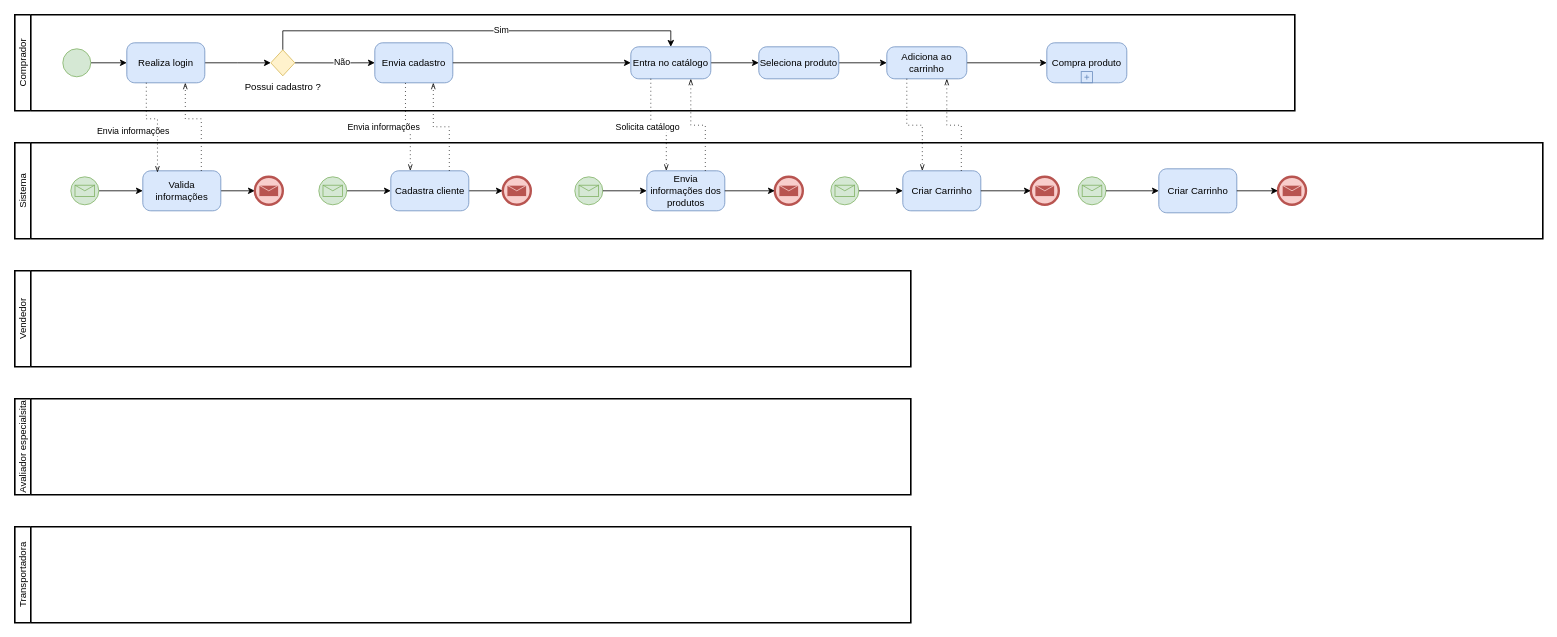
This is page "Modelo To Be" (2 of 2) of DPN/ModelagemProcessoNegocio.drawio from luca-moraes/projetoCorintoModelagem, a draw.io file, before an edit. Source tidied: cells renumbered, new cells numbered last; positions are measured from the earlier drawing's top-left corner, leaving out a move shared by most shapes. Both pictures are drawn from the tidied source at 80%, with x=0, y=0 at pixel (14, 14).
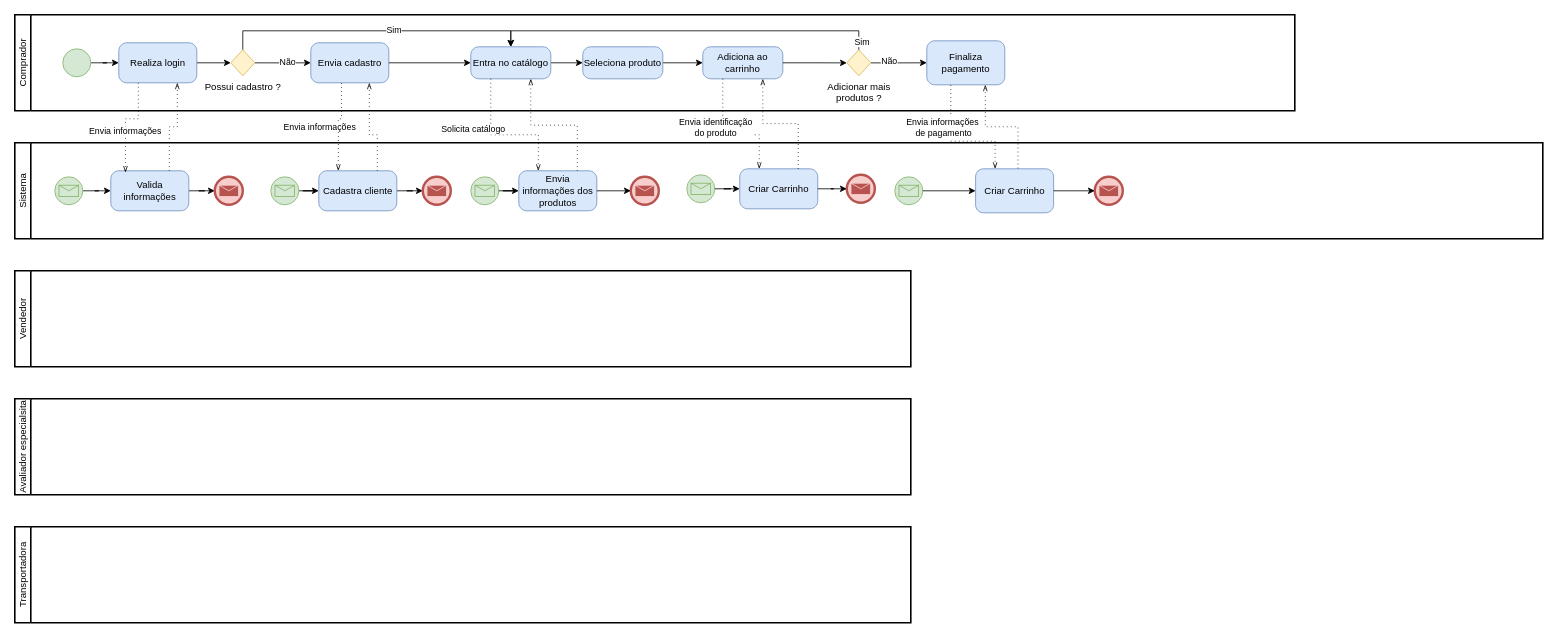
After the change.

Unchanged cells that the change refers to:
```xml
<mxCell id="2" value="Sistema" style="swimlane;html=1;startSize=20;fontStyle=0;horizontal=0;swimlaneLine=1;swimlaneFillColor=#ffffff;strokeWidth=2;whiteSpace=wrap;" parent="1" vertex="1">
  <mxGeometry y="160" width="1910" height="120" as="geometry" />
</mxCell>
<mxCell id="36" value="Comprador" style="swimlane;html=1;startSize=20;fontStyle=0;horizontal=0;swimlaneLine=1;swimlaneFillColor=#ffffff;strokeWidth=2;whiteSpace=wrap;" parent="1" vertex="1">
  <mxGeometry width="1600" height="120" as="geometry" />
</mxCell>
```

Change to the diagram source:
```diff
@@
     <mxCell id="4" style="points=[[0.145,0.145,0],[0.5,0,0],[0.855,0.145,0],[1,0.5,0],[0.855,0.855,0],[0.5,1,0],[0.145,0.855,0],[0,0.5,0]];shape=mxgraph.bpmn.event;html=1;verticalLabelPosition=bottom;labelBackgroundColor=#ffffff;verticalAlign=top;align=center;perimeter=ellipsePerimeter;outlineConnect=0;outline=standard;symbol=message;fillColor=#d5e8d4;strokeColor=#82b366;" parent="2" vertex="1">
-      <mxGeometry x="70" y="42.5" width="35" height="35" as="geometry" />
+      <mxGeometry x="50" y="42.5" width="35" height="35" as="geometry" />
     </mxCell>
@@
     <mxCell id="6" value="Valida informações" style="points=[[0.25,0,0],[0.5,0,0],[0.75,0,0],[1,0.25,0],[1,0.5,0],[1,0.75,0],[0.75,1,0],[0.5,1,0],[0.25,1,0],[0,0.75,0],[0,0.5,0],[0,0.25,0]];shape=mxgraph.bpmn.task;whiteSpace=wrap;rectStyle=rounded;size=10;html=1;taskMarker=abstract;fillColor=#dae8fc;strokeColor=#6c8ebf;" parent="2" vertex="1">
-      <mxGeometry x="160" y="35" width="97.5" height="50" as="geometry" />
+      <mxGeometry x="120" y="35" width="97.5" height="50" as="geometry" />
     </mxCell>
     <mxCell id="7" style="points=[[0.145,0.145,0],[0.5,0,0],[0.855,0.145,0],[1,0.5,0],[0.855,0.855,0],[0.5,1,0],[0.145,0.855,0],[0,0.5,0]];shape=mxgraph.bpmn.event;html=1;verticalLabelPosition=bottom;labelBackgroundColor=#ffffff;verticalAlign=top;align=center;perimeter=ellipsePerimeter;outlineConnect=0;outline=end;symbol=message;fillColor=#f8cecc;strokeColor=#b85450;" parent="2" vertex="1">
-      <mxGeometry x="300" y="42.5" width="35" height="35" as="geometry" />
+      <mxGeometry x="250" y="42.5" width="35" height="35" as="geometry" />
     </mxCell>
@@
     <mxCell id="9" style="points=[[0.145,0.145,0],[0.5,0,0],[0.855,0.145,0],[1,0.5,0],[0.855,0.855,0],[0.5,1,0],[0.145,0.855,0],[0,0.5,0]];shape=mxgraph.bpmn.event;html=1;verticalLabelPosition=bottom;labelBackgroundColor=#ffffff;verticalAlign=top;align=center;perimeter=ellipsePerimeter;outlineConnect=0;outline=standard;symbol=message;fillColor=#d5e8d4;strokeColor=#82b366;" parent="2" vertex="1">
-      <mxGeometry x="380" y="42.5" width="35" height="35" as="geometry" />
+      <mxGeometry x="320" y="42.5" width="35" height="35" as="geometry" />
     </mxCell>
@@
     <mxCell id="11" value="Cadastra cliente" style="points=[[0.25,0,0],[0.5,0,0],[0.75,0,0],[1,0.25,0],[1,0.5,0],[1,0.75,0],[0.75,1,0],[0.5,1,0],[0.25,1,0],[0,0.75,0],[0,0.5,0],[0,0.25,0]];shape=mxgraph.bpmn.task;whiteSpace=wrap;rectStyle=rounded;size=10;html=1;taskMarker=abstract;fillColor=#dae8fc;strokeColor=#6c8ebf;" parent="2" vertex="1">
-      <mxGeometry x="470" y="35" width="97.5" height="50" as="geometry" />
+      <mxGeometry x="380" y="35" width="97.5" height="50" as="geometry" />
     </mxCell>
     <mxCell id="12" style="points=[[0.145,0.145,0],[0.5,0,0],[0.855,0.145,0],[1,0.5,0],[0.855,0.855,0],[0.5,1,0],[0.145,0.855,0],[0,0.5,0]];shape=mxgraph.bpmn.event;html=1;verticalLabelPosition=bottom;labelBackgroundColor=#ffffff;verticalAlign=top;align=center;perimeter=ellipsePerimeter;outlineConnect=0;outline=end;symbol=message;fillColor=#f8cecc;strokeColor=#b85450;" parent="2" vertex="1">
-      <mxGeometry x="610" y="42.5" width="35" height="35" as="geometry" />
+      <mxGeometry x="510" y="42.5" width="35" height="35" as="geometry" />
     </mxCell>
     <mxCell id="13" style="points=[[0.145,0.145,0],[0.5,0,0],[0.855,0.145,0],[1,0.5,0],[0.855,0.855,0],[0.5,1,0],[0.145,0.855,0],[0,0.5,0]];shape=mxgraph.bpmn.event;html=1;verticalLabelPosition=bottom;labelBackgroundColor=#ffffff;verticalAlign=top;align=center;perimeter=ellipsePerimeter;outlineConnect=0;outline=standard;symbol=message;fillColor=#d5e8d4;strokeColor=#82b366;" parent="2" vertex="1">
-      <mxGeometry x="700" y="42.5" width="35" height="35" as="geometry" />
+      <mxGeometry x="570" y="42.5" width="35" height="35" as="geometry" />
     </mxCell>
     <mxCell id="14" value="Envia informações dos produtos" style="points=[[0.25,0,0],[0.5,0,0],[0.75,0,0],[1,0.25,0],[1,0.5,0],[1,0.75,0],[0.75,1,0],[0.5,1,0],[0.25,1,0],[0,0.75,0],[0,0.5,0],[0,0.25,0]];shape=mxgraph.bpmn.task;whiteSpace=wrap;rectStyle=rounded;size=10;html=1;taskMarker=abstract;fillColor=#dae8fc;strokeColor=#6c8ebf;" parent="2" vertex="1">
-      <mxGeometry x="790" y="35" width="97.5" height="50" as="geometry" />
+      <mxGeometry x="630" y="35" width="97.5" height="50" as="geometry" />
     </mxCell>
@@
     <mxCell id="16" style="points=[[0.145,0.145,0],[0.5,0,0],[0.855,0.145,0],[1,0.5,0],[0.855,0.855,0],[0.5,1,0],[0.145,0.855,0],[0,0.5,0]];shape=mxgraph.bpmn.event;html=1;verticalLabelPosition=bottom;labelBackgroundColor=#ffffff;verticalAlign=top;align=center;perimeter=ellipsePerimeter;outlineConnect=0;outline=end;symbol=message;fillColor=#f8cecc;strokeColor=#b85450;" parent="2" vertex="1">
-      <mxGeometry x="950" y="42.5" width="35" height="35" as="geometry" />
+      <mxGeometry x="770" y="42.5" width="35" height="35" as="geometry" />
     </mxCell>
@@
     <mxCell id="18" style="points=[[0.145,0.145,0],[0.5,0,0],[0.855,0.145,0],[1,0.5,0],[0.855,0.855,0],[0.5,1,0],[0.145,0.855,0],[0,0.5,0]];shape=mxgraph.bpmn.event;html=1;verticalLabelPosition=bottom;labelBackgroundColor=#ffffff;verticalAlign=top;align=center;perimeter=ellipsePerimeter;outlineConnect=0;outline=standard;symbol=message;fillColor=#d5e8d4;strokeColor=#82b366;" parent="2" vertex="1">
-      <mxGeometry x="1020" y="42.5" width="35" height="35" as="geometry" />
+      <mxGeometry x="840" y="40" width="35" height="35" as="geometry" />
     </mxCell>
     <mxCell id="19" value="Criar Carrinho" style="points=[[0.25,0,0],[0.5,0,0],[0.75,0,0],[1,0.25,0],[1,0.5,0],[1,0.75,0],[0.75,1,0],[0.5,1,0],[0.25,1,0],[0,0.75,0],[0,0.5,0],[0,0.25,0]];shape=mxgraph.bpmn.task;whiteSpace=wrap;rectStyle=rounded;size=10;html=1;taskMarker=abstract;fillColor=#dae8fc;strokeColor=#6c8ebf;" parent="2" vertex="1">
-      <mxGeometry x="1110" y="35" width="97.5" height="50" as="geometry" />
+      <mxGeometry x="906.2" y="32.5" width="97.5" height="50" as="geometry" />
     </mxCell>
@@
     <mxCell id="21" style="points=[[0.145,0.145,0],[0.5,0,0],[0.855,0.145,0],[1,0.5,0],[0.855,0.855,0],[0.5,1,0],[0.145,0.855,0],[0,0.5,0]];shape=mxgraph.bpmn.event;html=1;verticalLabelPosition=bottom;labelBackgroundColor=#ffffff;verticalAlign=top;align=center;perimeter=ellipsePerimeter;outlineConnect=0;outline=end;symbol=message;fillColor=#f8cecc;strokeColor=#b85450;" parent="2" vertex="1">
-      <mxGeometry x="1270" y="42.5" width="35" height="35" as="geometry" />
+      <mxGeometry x="1040" y="40" width="35" height="35" as="geometry" />
     </mxCell>
@@
     <mxCell id="23" style="points=[[0.145,0.145,0],[0.5,0,0],[0.855,0.145,0],[1,0.5,0],[0.855,0.855,0],[0.5,1,0],[0.145,0.855,0],[0,0.5,0]];shape=mxgraph.bpmn.event;html=1;verticalLabelPosition=bottom;labelBackgroundColor=#ffffff;verticalAlign=top;align=center;perimeter=ellipsePerimeter;outlineConnect=0;outline=standard;symbol=message;fillColor=#d5e8d4;strokeColor=#82b366;" parent="2" vertex="1">
-      <mxGeometry x="1329" y="42.5" width="35" height="35" as="geometry" />
+      <mxGeometry x="1100" y="42.5" width="35" height="35" as="geometry" />
     </mxCell>
     <mxCell id="24" value="Criar Carrinho" style="points=[[0.25,0,0],[0.5,0,0],[0.75,0,0],[1,0.25,0],[1,0.5,0],[1,0.75,0],[0.75,1,0],[0.5,1,0],[0.25,1,0],[0,0.75,0],[0,0.5,0],[0,0.25,0]];shape=mxgraph.bpmn.task;whiteSpace=wrap;rectStyle=rounded;size=10;html=1;taskMarker=abstract;fillColor=#dae8fc;strokeColor=#6c8ebf;" parent="2" vertex="1">
-      <mxGeometry x="1430" y="32.5" width="97.5" height="55" as="geometry" />
+      <mxGeometry x="1201" y="32.5" width="97.5" height="55" as="geometry" />
     </mxCell>
     <mxCell id="25" style="edgeStyle=orthogonalEdgeStyle;rounded=0;jettySize=auto;html=1;entryX=0;entryY=0.5;entryDx=0;entryDy=0;entryPerimeter=0;" parent="2" edge="1" source="23" target="24">
       <mxGeometry relative="1" as="geometry">
         <Array as="points">
-          <mxPoint x="1419" y="60" />
+          <mxPoint x="1190" y="60" />
         </Array>
       </mxGeometry>
     </mxCell>
     <mxCell id="26" style="points=[[0.145,0.145,0],[0.5,0,0],[0.855,0.145,0],[1,0.5,0],[0.855,0.855,0],[0.5,1,0],[0.145,0.855,0],[0,0.5,0]];shape=mxgraph.bpmn.event;html=1;verticalLabelPosition=bottom;labelBackgroundColor=#ffffff;verticalAlign=top;align=center;perimeter=ellipsePerimeter;outlineConnect=0;outline=end;symbol=message;fillColor=#f8cecc;strokeColor=#b85450;" parent="2" vertex="1">
-      <mxGeometry x="1579" y="42.5" width="35" height="35" as="geometry" />
+      <mxGeometry x="1350" y="42.5" width="35" height="35" as="geometry" />
     </mxCell>
@@
     <mxCell id="40" value="Realiza login" style="points=[[0.25,0,0],[0.5,0,0],[0.75,0,0],[1,0.25,0],[1,0.5,0],[1,0.75,0],[0.75,1,0],[0.5,1,0],[0.25,1,0],[0,0.75,0],[0,0.5,0],[0,0.25,0]];shape=mxgraph.bpmn.task;whiteSpace=wrap;rectStyle=rounded;size=10;html=1;taskMarker=abstract;fillColor=#dae8fc;strokeColor=#6c8ebf;" parent="36" vertex="1">
-      <mxGeometry x="140" y="35" width="97.5" height="50" as="geometry" />
+      <mxGeometry x="130" y="35" width="97.5" height="50" as="geometry" />
     </mxCell>
@@
     <mxCell id="43" style="edgeStyle=orthogonalEdgeStyle;rounded=0;jettySize=auto;html=1;exitX=0.5;exitY=0;exitDx=0;exitDy=0;exitPerimeter=0;entryX=0.5;entryY=0;entryDx=0;entryDy=0;entryPerimeter=0;" parent="36" edge="1" source="45" target="48">
       <mxGeometry relative="1" as="geometry">
         <Array as="points">
-          <mxPoint x="335" y="20" />
-          <mxPoint x="820" y="20" />
+          <mxPoint x="285" y="20" />
+          <mxPoint x="620" y="20" />
         </Array>
       </mxGeometry>
     </mxCell>
@@
     <mxCell id="45" value="Possui cadastro ?" style="points=[[0.25,0.25,0],[0.5,0,0],[0.75,0.25,0],[1,0.5,0],[0.75,0.75,0],[0.5,1,0],[0.25,0.75,0],[0,0.5,0]];shape=mxgraph.bpmn.gateway2;html=1;verticalLabelPosition=bottom;labelBackgroundColor=#ffffff;verticalAlign=top;align=center;perimeter=rhombusPerimeter;outlineConnect=0;outline=none;symbol=none;fillColor=#fff2cc;strokeColor=#d6b656;" parent="36" vertex="1">
-      <mxGeometry x="320" y="43.8" width="30" height="32.5" as="geometry" />
+      <mxGeometry x="270" y="43.8" width="30" height="32.5" as="geometry" />
     </mxCell>
     <mxCell id="46" value="Envia cadastro" style="points=[[0.25,0,0],[0.5,0,0],[0.75,0,0],[1,0.25,0],[1,0.5,0],[1,0.75,0],[0.75,1,0],[0.5,1,0],[0.25,1,0],[0,0.75,0],[0,0.5,0],[0,0.25,0]];shape=mxgraph.bpmn.task;whiteSpace=wrap;rectStyle=rounded;size=10;html=1;taskMarker=abstract;fillColor=#dae8fc;strokeColor=#6c8ebf;" parent="36" vertex="1">
-      <mxGeometry x="450" y="35" width="97.5" height="50" as="geometry" />
+      <mxGeometry x="370" y="35" width="97.5" height="50" as="geometry" />
     </mxCell>
@@
     <mxCell id="48" value="Entra no catálogo" style="points=[[0.25,0,0],[0.5,0,0],[0.75,0,0],[1,0.25,0],[1,0.5,0],[1,0.75,0],[0.75,1,0],[0.5,1,0],[0.25,1,0],[0,0.75,0],[0,0.5,0],[0,0.25,0]];shape=mxgraph.bpmn.task;whiteSpace=wrap;rectStyle=rounded;size=10;html=1;taskMarker=abstract;fillColor=#dae8fc;strokeColor=#6c8ebf;" parent="36" vertex="1">
-      <mxGeometry x="770" y="40" width="100" height="40" as="geometry" />
+      <mxGeometry x="570" y="40" width="100" height="40" as="geometry" />
     </mxCell>
@@
     <mxCell id="51" value="Seleciona produto" style="points=[[0.25,0,0],[0.5,0,0],[0.75,0,0],[1,0.25,0],[1,0.5,0],[1,0.75,0],[0.75,1,0],[0.5,1,0],[0.25,1,0],[0,0.75,0],[0,0.5,0],[0,0.25,0]];shape=mxgraph.bpmn.task;whiteSpace=wrap;rectStyle=rounded;size=10;html=1;taskMarker=abstract;fillColor=#dae8fc;strokeColor=#6c8ebf;" parent="36" vertex="1">
-      <mxGeometry x="930" y="40" width="100" height="40" as="geometry" />
+      <mxGeometry x="710" y="40" width="100" height="40" as="geometry" />
     </mxCell>
-    <mxCell id="52" style="edgeStyle=orthogonalEdgeStyle;rounded=0;jettySize=auto;html=1;" parent="36" edge="1" source="53" target="54">
+    <mxCell id="52" style="edgeStyle=orthogonalEdgeStyle;rounded=0;jettySize=auto;html=1;entryX=0;entryY=0.5;entryDx=0;entryDy=0;entryPerimeter=0;" parent="36" edge="1" source="70" target="72">
       <mxGeometry relative="1" as="geometry" />
     </mxCell>
+    <mxCell id="67" value="Não" style="edgeLabel;html=1;align=center;verticalAlign=middle;" parent="52" vertex="1">
+      <mxGeometry x="-0.33" y="3" relative="1" as="geometry" />
+    </mxCell>
     <mxCell id="53" value="Adiciona ao carrinho" style="points=[[0.25,0,0],[0.5,0,0],[0.75,0,0],[1,0.25,0],[1,0.5,0],[1,0.75,0],[0.75,1,0],[0.5,1,0],[0.25,1,0],[0,0.75,0],[0,0.5,0],[0,0.25,0]];shape=mxgraph.bpmn.task;whiteSpace=wrap;rectStyle=rounded;size=10;html=1;taskMarker=abstract;fillColor=#dae8fc;strokeColor=#6c8ebf;" parent="36" vertex="1">
-      <mxGeometry x="1090" y="40" width="100" height="40" as="geometry" />
+      <mxGeometry x="860" y="40" width="100" height="40" as="geometry" />
     </mxCell>
-    <mxCell id="54" value="Compra produto" style="points=[[0.25,0,0],[0.5,0,0],[0.75,0,0],[1,0.25,0],[1,0.5,0],[1,0.75,0],[0.75,1,0],[0.5,1,0],[0.25,1,0],[0,0.75,0],[0,0.5,0],[0,0.25,0]];shape=mxgraph.bpmn.task;whiteSpace=wrap;rectStyle=rounded;size=10;html=1;taskMarker=abstract;isLoopSub=1;fillColor=#dae8fc;strokeColor=#6c8ebf;" parent="36" vertex="1">
-      <mxGeometry x="1290" y="35" width="100" height="50" as="geometry" />
-    </mxCell>
+    <mxCell id="68" style="edgeStyle=orthogonalEdgeStyle;rounded=0;jettySize=auto;html=1;entryX=0.5;entryY=0;entryDx=0;entryDy=0;entryPerimeter=0;" parent="36" edge="1" source="70" target="48">
+      <mxGeometry relative="1" as="geometry">
+        <Array as="points">
+          <mxPoint x="1055" y="20" />
+          <mxPoint x="620" y="20" />
+        </Array>
+      </mxGeometry>
+    </mxCell>
+    <mxCell id="69" value="Sim" style="edgeLabel;html=1;align=center;verticalAlign=middle;" parent="68" vertex="1">
+      <mxGeometry x="-0.96" y="-3" relative="1" as="geometry" />
+    </mxCell>
+    <mxCell id="70" value="Adicionar mais &lt;br&gt;produtos ?" style="points=[[0.25,0.25,0],[0.5,0,0],[0.75,0.25,0],[1,0.5,0],[0.75,0.75,0],[0.5,1,0],[0.25,0.75,0],[0,0.5,0]];shape=mxgraph.bpmn.gateway2;html=1;verticalLabelPosition=bottom;labelBackgroundColor=#ffffff;verticalAlign=top;align=center;perimeter=rhombusPerimeter;outlineConnect=0;outline=none;symbol=none;fillColor=#fff2cc;strokeColor=#d6b656;" parent="36" vertex="1">
+      <mxGeometry x="1040" y="43.8" width="30" height="32.5" as="geometry" />
+    </mxCell>
+    <mxCell id="71" style="edgeStyle=orthogonalEdgeStyle;rounded=0;jettySize=auto;html=1;" parent="36" edge="1" source="53" target="70">
+      <mxGeometry relative="1" as="geometry" />
+    </mxCell>
+    <mxCell id="72" value="Finaliza pagamento" style="points=[[0.25,0,0],[0.5,0,0],[0.75,0,0],[1,0.25,0],[1,0.5,0],[1,0.75,0],[0.75,1,0],[0.5,1,0],[0.25,1,0],[0,0.75,0],[0,0.5,0],[0,0.25,0]];shape=mxgraph.bpmn.task;whiteSpace=wrap;rectStyle=rounded;size=10;html=1;taskMarker=abstract;fillColor=#dae8fc;strokeColor=#6c8ebf;" parent="36" vertex="1">
+      <mxGeometry x="1140" y="32.5" width="97.5" height="55" as="geometry" />
+    </mxCell>
@@
     <mxCell id="58" style="edgeStyle=elbowEdgeStyle;fontSize=12;html=1;endFill=0;startFill=0;endSize=6;startSize=6;dashed=1;dashPattern=1 4;endArrow=openThin;startArrow=none;rounded=0;entryX=0.75;entryY=1;entryDx=0;entryDy=0;entryPerimeter=0;exitX=0.75;exitY=0;exitDx=0;exitDy=0;exitPerimeter=0;elbow=vertical;" parent="1" edge="1" source="6" target="40">
       <mxGeometry relative="1" as="geometry">
         <Array as="points">
-          <mxPoint x="240" y="130" />
+          <mxPoint x="210" y="140" />
         </Array>
       </mxGeometry>
     </mxCell>
     <mxCell id="59" style="edgeStyle=elbowEdgeStyle;fontSize=12;html=1;endFill=0;startFill=0;endSize=6;startSize=6;dashed=1;dashPattern=1 4;endArrow=openThin;startArrow=none;rounded=0;exitX=0.393;exitY=1.01;exitDx=0;exitDy=0;exitPerimeter=0;entryX=0.25;entryY=0;entryDx=0;entryDy=0;entryPerimeter=0;elbow=vertical;" parent="1" edge="1" source="46" target="11">
       <mxGeometry relative="1" as="geometry">
         <Array as="points">
-          <mxPoint x="488" y="140" />
+          <mxPoint x="400" y="130" />
+          <mxPoint x="410" y="150" />
         </Array>
       </mxGeometry>
     </mxCell>
@@
     <mxCell id="61" style="edgeStyle=elbowEdgeStyle;fontSize=12;html=1;endFill=0;startFill=0;endSize=6;startSize=6;dashed=1;dashPattern=1 4;endArrow=openThin;startArrow=none;rounded=0;entryX=0.75;entryY=1;entryDx=0;entryDy=0;entryPerimeter=0;exitX=0.75;exitY=0;exitDx=0;exitDy=0;exitPerimeter=0;elbow=vertical;" parent="1" edge="1" source="11" target="46">
-      <mxGeometry relative="1" as="geometry" />
+      <mxGeometry relative="1" as="geometry">
+        <Array as="points">
+          <mxPoint x="443" y="150" />
+          <mxPoint x="380" y="140" />
+        </Array>
+      </mxGeometry>
     </mxCell>
     <mxCell id="62" style="edgeStyle=elbowEdgeStyle;fontSize=12;html=1;endFill=0;startFill=0;endSize=6;startSize=6;dashed=1;dashPattern=1 4;endArrow=openThin;startArrow=none;rounded=0;exitX=0.25;exitY=1;exitDx=0;exitDy=0;exitPerimeter=0;entryX=0.25;entryY=0;entryDx=0;entryDy=0;entryPerimeter=0;elbow=vertical;" parent="1" edge="1" source="48" target="14">
-      <mxGeometry relative="1" as="geometry" />
+      <mxGeometry relative="1" as="geometry">
+        <Array as="points">
+          <mxPoint x="660" y="150" />
+        </Array>
+      </mxGeometry>
     </mxCell>
     <mxCell id="63" value="Solicita catálogo" style="edgeLabel;html=1;align=center;verticalAlign=middle;" parent="62" vertex="1">
       <mxGeometry x="0.34" y="2" relative="1" as="geometry">
-        <mxPoint x="-26" y="-11" as="offset" />
+        <mxPoint x="-70" y="-6" as="offset" />
       </mxGeometry>
     </mxCell>
@@
     <mxCell id="65" style="edgeStyle=elbowEdgeStyle;fontSize=12;html=1;endFill=0;startFill=0;endSize=6;startSize=6;dashed=1;dashPattern=1 4;endArrow=openThin;startArrow=none;rounded=0;exitX=0.25;exitY=1;exitDx=0;exitDy=0;exitPerimeter=0;entryX=0.25;entryY=0;entryDx=0;entryDy=0;entryPerimeter=0;elbow=vertical;" parent="1" edge="1" source="53" target="19">
-      <mxGeometry relative="1" as="geometry" />
+      <mxGeometry relative="1" as="geometry">
+        <Array as="points">
+          <mxPoint x="890" y="150" />
+        </Array>
+      </mxGeometry>
     </mxCell>
+    <mxCell id="73" value="Envia identificação &lt;br&gt;do produto" style="edgeLabel;html=1;align=center;verticalAlign=middle;" parent="65" vertex="1">
+      <mxGeometry x="-0.37" y="-2" relative="1" as="geometry">
+        <mxPoint x="-8" y="10" as="offset" />
+      </mxGeometry>
+    </mxCell>
@@
+    <mxCell id="74" style="edgeStyle=elbowEdgeStyle;fontSize=12;html=1;endFill=0;startFill=0;endSize=6;startSize=6;dashed=1;dashPattern=1 4;endArrow=openThin;startArrow=none;rounded=0;exitX=0.75;exitY=0;exitDx=0;exitDy=0;exitPerimeter=0;elbow=vertical;entryX=0.75;entryY=1;entryDx=0;entryDy=0;entryPerimeter=0;" parent="1" edge="1" target="72">
+      <mxGeometry relative="1" as="geometry">
+        <mxPoint x="1254" y="192" as="sourcePoint" />
+      </mxGeometry>
+    </mxCell>
+    <mxCell id="75" style="edgeStyle=elbowEdgeStyle;fontSize=12;html=1;endFill=0;startFill=0;endSize=6;startSize=6;dashed=1;dashPattern=1 4;endArrow=openThin;startArrow=none;rounded=0;exitX=0.25;exitY=1;exitDx=0;exitDy=0;exitPerimeter=0;entryX=0.25;entryY=0;entryDx=0;entryDy=0;entryPerimeter=0;elbow=vertical;" parent="1" edge="1" target="24">
+      <mxGeometry relative="1" as="geometry">
+        <mxPoint x="1170" y="88" as="sourcePoint" />
+        <Array as="points">
+          <mxPoint x="1175" y="158" />
+        </Array>
+      </mxGeometry>
+    </mxCell>
+    <mxCell id="76" value="Envia informações&amp;nbsp;&lt;br&gt;de pagamento" style="edgeLabel;html=1;align=center;verticalAlign=middle;" parent="75" vertex="1">
+      <mxGeometry x="-0.37" y="-2" relative="1" as="geometry">
+        <mxPoint x="-8" y="2" as="offset" />
+      </mxGeometry>
+    </mxCell>
```
